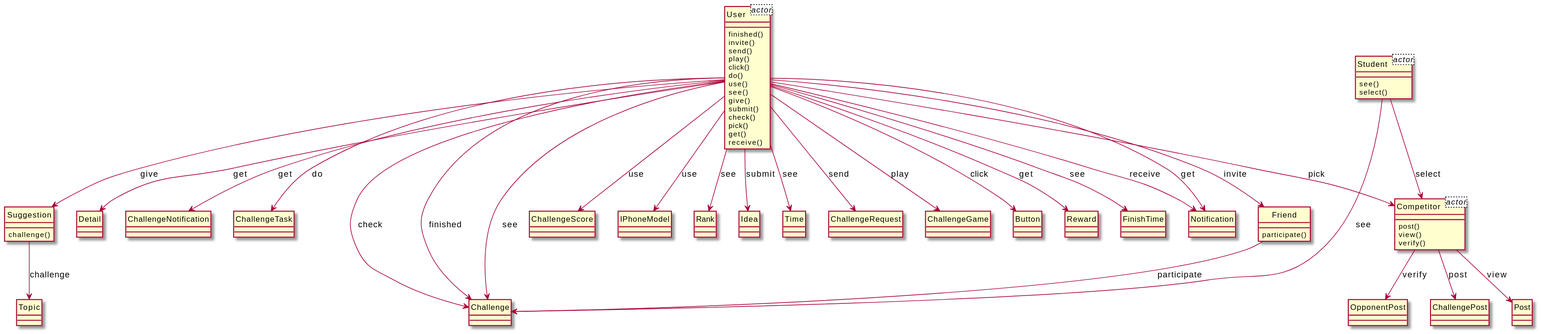
This is output/diagram_5/2017-USC-Project04.svg from xixixhalu/DomainModelExtractor, a PlantUML export, as it was before one commit.
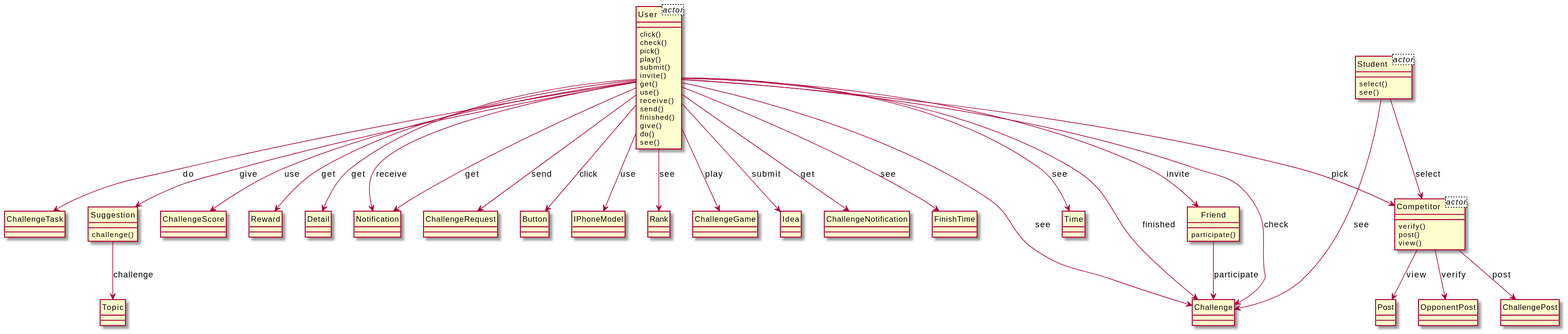
After the change.

What changed in the source:
```diff
@@ -6,101 +6,101 @@
 }
 class Competitor<actor> {
 }
-class User {
-	finished()
-	invite()
-	send()
-	play()
-	click()
-	do()
-	use()
-	see()
-	give()
-	submit()
-	check()
-	pick()
-	get()
-	receive()
-}
-class Button {
-}
-class Reward {
-}
-class FinishTime {
-}
-class Notification {
-}
 class Suggestion {
 	challenge()
 }
-class Detail {
-}
-class ChallengeNotification {
-}
-class ChallengeTask {
-}
-class Challenge {
-}
-class ChallengeScore {
-}
-class IPhoneModel {
-}
-class Competitor {
-	post()
-	view()
-	verify()
-}
-class Student {
-	see()
-	select()
-}
-class Friend {
-	participate()
-}
-class Rank {
-}
 class Topic {
 }
-class Idea {
-}
-class Post {
+class User {
+	click()
+	check()
+	pick()
+	play()
+	submit()
+	invite()
+	get()
+	use()
+	receive()
+	send()
+	finished()
+	give()
+	do()
+	see()
 }
 class Time {
 }
-class ChallengeRequest {
+class Competitor {
+	verify()
+	post()
+	view()
 }
 class OpponentPost {
 }
 class ChallengePost {
 }
+class Challenge {
+}
+class Student {
+	select()
+	see()
+}
+class ChallengeTask {
+}
+class Friend {
+	participate()
+}
+class ChallengeScore {
+}
+class Reward {
+}
+class Detail {
+}
+class Notification {
+}
+class ChallengeRequest {
+}
+class Button {
+}
+class IPhoneModel {
+}
+class Rank {
+}
 class ChallengeGame {
 }
+class Idea {
+}
+class ChallengeNotification {
+}
+class Post {
+}
+class FinishTime {
+}
+Competitor --> OpponentPost : verify
+User --> ChallengeRequest : send
+User --> Notification : receive
+User --> Suggestion : give
+User --> Challenge : see
+Competitor --> ChallengePost : post
+Student --> Challenge : see
+User --> Rank : see
+User --> Challenge : check
+User --> ChallengeGame : play
+Student --> Competitor : select
 User --> Idea : submit
-User --> Notification : receive
-Student --> Challenge : see
+User --> Reward : get
+User --> ChallengeTask : do
+User --> Friend : invite
+User --> ChallengeNotification : get
+Friend --> Challenge : participate
 Competitor --> Post : view
-User --> Suggestion : give
-User --> Friend : invite
+User --> ChallengeScore : use
+User --> Detail : get
+User --> Notification : get
+User --> FinishTime : see
+Suggestion --> Topic : challenge
+User --> Competitor : pick
+User --> Button : click
 User --> Time : see
-User --> Detail : get
-Friend --> Challenge : participate
-User --> ChallengeNotification : get
-User --> ChallengeRequest : send
+User --> Challenge : finished
 User --> IPhoneModel : use
-User --> ChallengeTask : do
-User --> Competitor : pick
-Competitor --> OpponentPost : verify
-User --> Challenge : check
-User --> Notification : get
-Competitor --> ChallengePost : post
-User --> ChallengeScore : use
-User --> Challenge : finished
-Student --> Competitor : select
-User --> ChallengeGame : play
-User --> Button : click
-User --> Challenge : see
-User --> Rank : see
-User --> Reward : get
-Suggestion --> Topic : challenge
-User --> FinishTime : see
 @enduml
```
